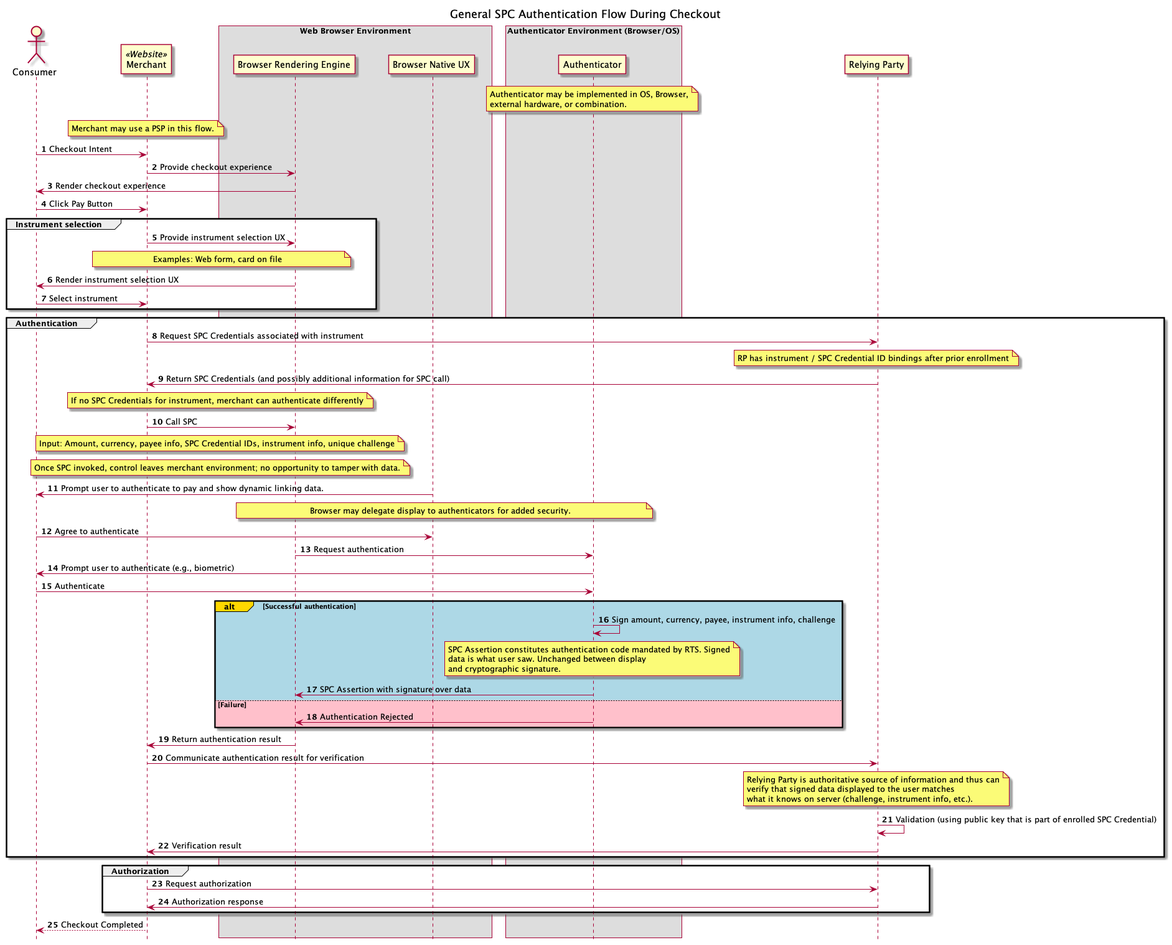
The PlantUML diagram spc-general.png in w3c/wpsig, before a commit.
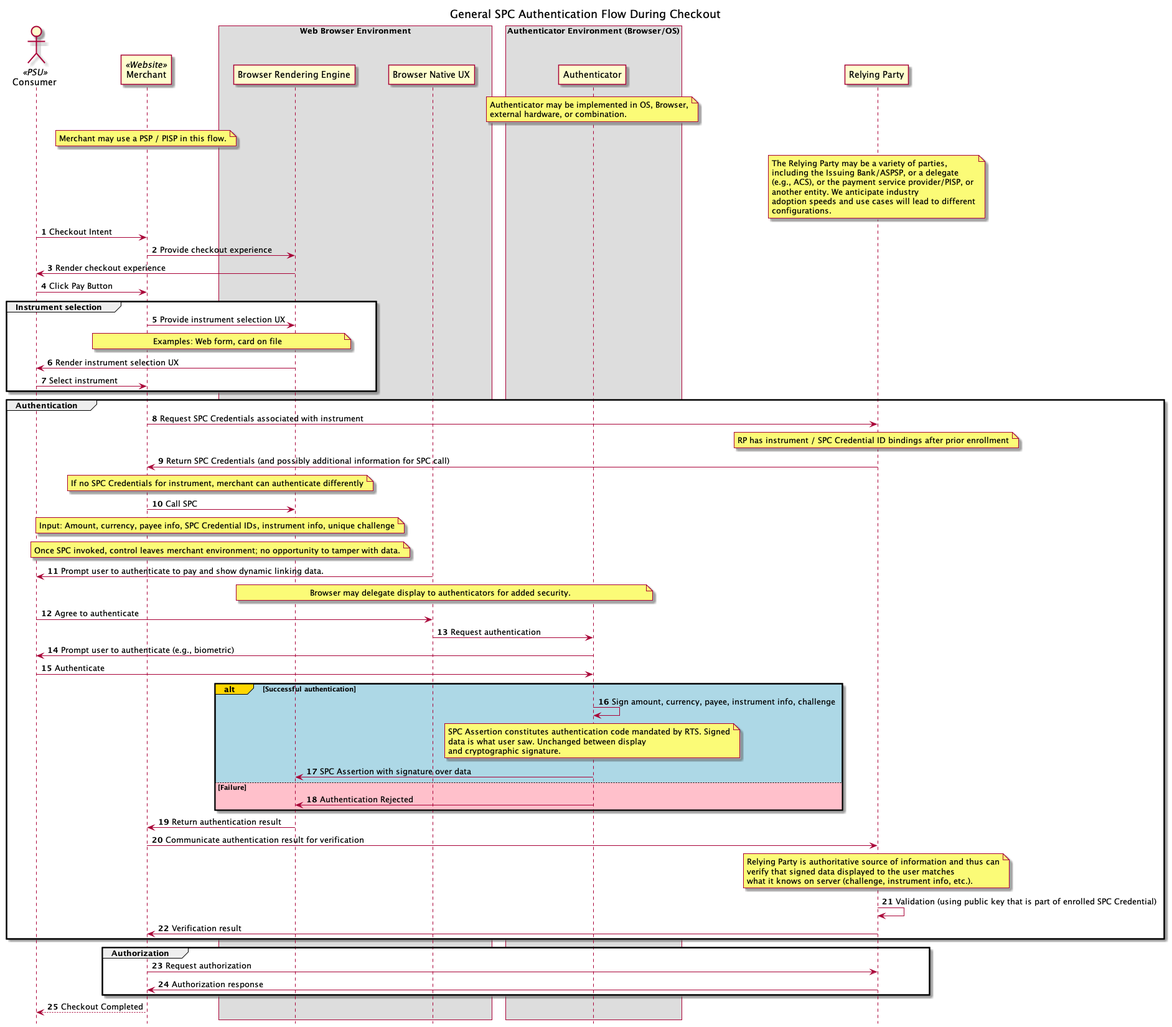
The same diagram one commit later.

What changed in the source:
```diff
@@ -7,7 +7,7 @@
 
 title General SPC Authentication Flow During Checkout
 
-actor Consumer as Consumer
+actor Consumer as Consumer <<PSU>>
 participant Merchant as Merchant <<Website>>
 
 box "Web Browser Environment"
@@ -27,7 +27,15 @@
 end note
 
 note over Merchant
-  Merchant may use a PSP in this flow.
+  Merchant may use a PSP / PISP in this flow.
+end note
+note over RP
+  The Relying Party may be a variety of parties,
+  including the Issuing Bank/ASPSP, or a delegate
+  (e.g., ACS), or the payment service provider/PISP, or
+  another entity. We anticipate industry
+  adoption speeds and use cases will lead to different
+  configurations.
 end note
 Consumer->Merchant: Checkout Intent
 Merchant->Browser: Provide checkout experience
@@ -62,7 +70,7 @@
   Browser may delegate display to authenticators for added security.
 end note
 Consumer->Native: Agree to authenticate
-Browser->Authenticator: Request authentication
+Native->Authenticator: Request authentication
 Authenticator->Consumer: Prompt user to authenticate (e.g., biometric)
 Consumer->Authenticator: Authenticate
 alt#Gold #LightBlue Successful authentication
```
